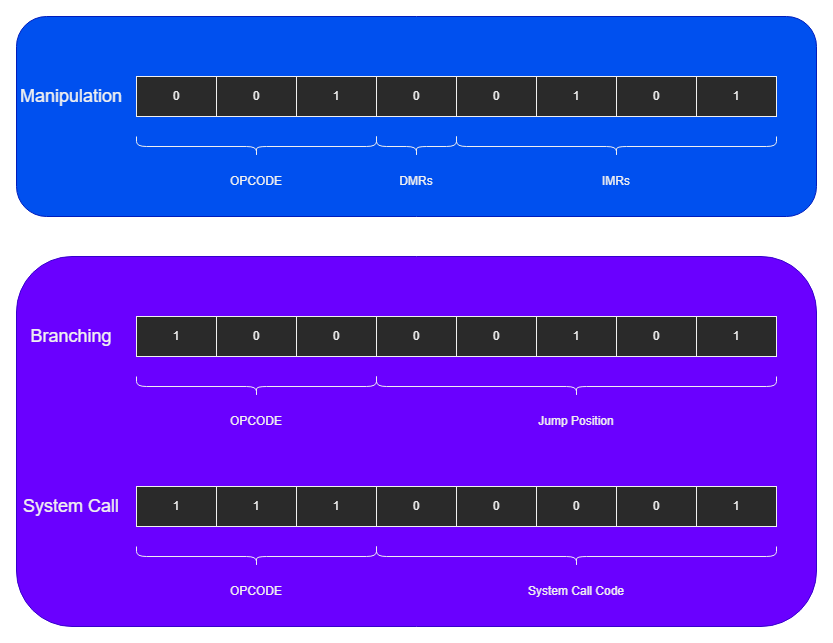
This is images/instruction_set.png from INDAPlus21/azeezd-assembly, a draw.io export, as it was before one commit. Source tidied: cells renumbered, new cells last; positions are measured from the earlier drawing's top-left corner, leaving out a move shared by most shapes. Source of this version:
```xml
<mxGraphModel>
  <root>
    <mxCell id="0" />
    <mxCell id="1" parent="0" />
    <mxCell id="2" style="rounded=1;whiteSpace=wrap;html=1;fontSize=18;fillColor=#6a00ff;strokeColor=#3700CC;fontColor=#ffffff;" parent="1" vertex="1">
      <mxGeometry y="270" width="800" height="370" as="geometry" />
    </mxCell>
    <mxCell id="3" style="rounded=1;whiteSpace=wrap;html=1;fontSize=18;fillColor=#0050ef;strokeColor=#001DBC;fontColor=#ffffff;" parent="1" vertex="1">
      <mxGeometry y="30" width="800" height="200" as="geometry" />
    </mxCell>
    <mxCell id="4" value="0" style="rounded=0;whiteSpace=wrap;html=1;" parent="1" vertex="1">
      <mxGeometry x="120" y="90" width="80" height="40" as="geometry" />
    </mxCell>
    <mxCell id="5" value="0" style="rounded=0;whiteSpace=wrap;html=1;" parent="1" vertex="1">
      <mxGeometry x="200" y="90" width="80" height="40" as="geometry" />
    </mxCell>
    <mxCell id="6" value="1" style="rounded=0;whiteSpace=wrap;html=1;" parent="1" vertex="1">
      <mxGeometry x="280" y="90" width="80" height="40" as="geometry" />
    </mxCell>
    <mxCell id="7" value="0" style="rounded=0;whiteSpace=wrap;html=1;" parent="1" vertex="1">
      <mxGeometry x="360" y="90" width="80" height="40" as="geometry" />
    </mxCell>
    <mxCell id="8" value="0" style="rounded=0;whiteSpace=wrap;html=1;" parent="1" vertex="1">
      <mxGeometry x="440" y="90" width="80" height="40" as="geometry" />
    </mxCell>
    <mxCell id="9" value="1" style="rounded=0;whiteSpace=wrap;html=1;" parent="1" vertex="1">
      <mxGeometry x="520" y="90" width="80" height="40" as="geometry" />
    </mxCell>
    <mxCell id="10" value="0" style="rounded=0;whiteSpace=wrap;html=1;" parent="1" vertex="1">
      <mxGeometry x="600" y="90" width="80" height="40" as="geometry" />
    </mxCell>
    <mxCell id="11" value="1" style="rounded=0;whiteSpace=wrap;html=1;" parent="1" vertex="1">
      <mxGeometry x="680" y="90" width="80" height="40" as="geometry" />
    </mxCell>
    <mxCell id="12" style="shape=curlyBracket;whiteSpace=wrap;html=1;rounded=1;rotation=-90;" parent="1" vertex="1">
      <mxGeometry x="230" y="40" width="20" height="240" as="geometry" />
    </mxCell>
    <mxCell id="13" style="shape=curlyBracket;whiteSpace=wrap;html=1;rounded=1;rotation=-90;" parent="1" vertex="1">
      <mxGeometry x="390" y="120" width="20" height="80" as="geometry" />
    </mxCell>
    <mxCell id="14" style="shape=curlyBracket;whiteSpace=wrap;html=1;rounded=1;rotation=-90;" parent="1" vertex="1">
      <mxGeometry x="590" width="20" height="320" as="geometry" />
    </mxCell>
    <mxCell id="15" value="OPCODE" style="text;html=1;strokeColor=none;fillColor=none;align=center;verticalAlign=middle;whiteSpace=wrap;rounded=0;" parent="1" vertex="1">
      <mxGeometry x="210" y="180" width="60" height="30" as="geometry" />
    </mxCell>
    <mxCell id="16" value="DMRs" style="text;html=1;strokeColor=none;fillColor=none;align=center;verticalAlign=middle;whiteSpace=wrap;rounded=0;" parent="1" vertex="1">
      <mxGeometry x="370" y="180" width="60" height="30" as="geometry" />
    </mxCell>
    <mxCell id="17" value="IMRs" style="text;html=1;strokeColor=none;fillColor=none;align=center;verticalAlign=middle;whiteSpace=wrap;rounded=0;" parent="1" vertex="1">
      <mxGeometry x="570" y="180" width="60" height="30" as="geometry" />
    </mxCell>
    <mxCell id="18" value="&lt;font style=&quot;font-size: 18px&quot;&gt;Manipulation&lt;/font&gt;" style="text;html=1;strokeColor=none;fillColor=none;align=center;verticalAlign=middle;whiteSpace=wrap;rounded=0;" parent="1" vertex="1">
      <mxGeometry y="80" width="110" height="60" as="geometry" />
    </mxCell>
    <mxCell id="19" value="1" style="rounded=0;whiteSpace=wrap;html=1;" parent="1" vertex="1">
      <mxGeometry x="120" y="330" width="80" height="40" as="geometry" />
    </mxCell>
    <mxCell id="20" value="0" style="rounded=0;whiteSpace=wrap;html=1;" parent="1" vertex="1">
      <mxGeometry x="200" y="330" width="80" height="40" as="geometry" />
    </mxCell>
    <mxCell id="21" value="0" style="rounded=0;whiteSpace=wrap;html=1;" parent="1" vertex="1">
      <mxGeometry x="280" y="330" width="80" height="40" as="geometry" />
    </mxCell>
    <mxCell id="22" value="0" style="rounded=0;whiteSpace=wrap;html=1;" parent="1" vertex="1">
      <mxGeometry x="360" y="330" width="80" height="40" as="geometry" />
    </mxCell>
    <mxCell id="23" value="0" style="rounded=0;whiteSpace=wrap;html=1;" parent="1" vertex="1">
      <mxGeometry x="440" y="330" width="80" height="40" as="geometry" />
    </mxCell>
    <mxCell id="24" value="1" style="rounded=0;whiteSpace=wrap;html=1;" parent="1" vertex="1">
      <mxGeometry x="520" y="330" width="80" height="40" as="geometry" />
    </mxCell>
    <mxCell id="25" value="0" style="rounded=0;whiteSpace=wrap;html=1;" parent="1" vertex="1">
      <mxGeometry x="600" y="330" width="80" height="40" as="geometry" />
    </mxCell>
    <mxCell id="26" value="1" style="rounded=0;whiteSpace=wrap;html=1;" parent="1" vertex="1">
      <mxGeometry x="680" y="330" width="80" height="40" as="geometry" />
    </mxCell>
    <mxCell id="27" style="shape=curlyBracket;whiteSpace=wrap;html=1;rounded=1;rotation=-90;" parent="1" vertex="1">
      <mxGeometry x="230" y="280" width="20" height="240" as="geometry" />
    </mxCell>
    <mxCell id="28" style="shape=curlyBracket;whiteSpace=wrap;html=1;rounded=1;rotation=-90;" parent="1" vertex="1">
      <mxGeometry x="550" y="200" width="20" height="400" as="geometry" />
    </mxCell>
    <mxCell id="29" value="OPCODE" style="text;html=1;strokeColor=none;fillColor=none;align=center;verticalAlign=middle;whiteSpace=wrap;rounded=0;" parent="1" vertex="1">
      <mxGeometry x="210" y="420" width="60" height="30" as="geometry" />
    </mxCell>
    <mxCell id="30" value="Jump Position" style="text;html=1;strokeColor=none;fillColor=none;align=center;verticalAlign=middle;whiteSpace=wrap;rounded=0;" parent="1" vertex="1">
      <mxGeometry x="500" y="420" width="120" height="30" as="geometry" />
    </mxCell>
    <mxCell id="31" value="&lt;font style=&quot;font-size: 18px&quot;&gt;Branching&lt;/font&gt;" style="text;html=1;strokeColor=none;fillColor=none;align=center;verticalAlign=middle;whiteSpace=wrap;rounded=0;" parent="1" vertex="1">
      <mxGeometry y="320" width="110" height="60" as="geometry" />
    </mxCell>
    <mxCell id="32" value="1" style="rounded=0;whiteSpace=wrap;html=1;" parent="1" vertex="1">
      <mxGeometry x="120" y="500" width="80" height="40" as="geometry" />
    </mxCell>
    <mxCell id="33" value="1" style="rounded=0;whiteSpace=wrap;html=1;" parent="1" vertex="1">
      <mxGeometry x="200" y="500" width="80" height="40" as="geometry" />
    </mxCell>
    <mxCell id="34" value="1" style="rounded=0;whiteSpace=wrap;html=1;" parent="1" vertex="1">
      <mxGeometry x="280" y="500" width="80" height="40" as="geometry" />
    </mxCell>
    <mxCell id="35" value="0" style="rounded=0;whiteSpace=wrap;html=1;" parent="1" vertex="1">
      <mxGeometry x="360" y="500" width="80" height="40" as="geometry" />
    </mxCell>
    <mxCell id="36" value="0" style="rounded=0;whiteSpace=wrap;html=1;" parent="1" vertex="1">
      <mxGeometry x="440" y="500" width="80" height="40" as="geometry" />
    </mxCell>
    <mxCell id="37" value="0" style="rounded=0;whiteSpace=wrap;html=1;" parent="1" vertex="1">
      <mxGeometry x="520" y="500" width="80" height="40" as="geometry" />
    </mxCell>
    <mxCell id="38" value="0" style="rounded=0;whiteSpace=wrap;html=1;" parent="1" vertex="1">
      <mxGeometry x="600" y="500" width="80" height="40" as="geometry" />
    </mxCell>
    <mxCell id="39" value="1" style="rounded=0;whiteSpace=wrap;html=1;" parent="1" vertex="1">
      <mxGeometry x="680" y="500" width="80" height="40" as="geometry" />
    </mxCell>
    <mxCell id="40" style="shape=curlyBracket;whiteSpace=wrap;html=1;rounded=1;rotation=-90;" parent="1" vertex="1">
      <mxGeometry x="230" y="450" width="20" height="240" as="geometry" />
    </mxCell>
    <mxCell id="41" style="shape=curlyBracket;whiteSpace=wrap;html=1;rounded=1;rotation=-90;" parent="1" vertex="1">
      <mxGeometry x="550" y="370" width="20" height="400" as="geometry" />
    </mxCell>
    <mxCell id="42" value="OPCODE" style="text;html=1;strokeColor=none;fillColor=none;align=center;verticalAlign=middle;whiteSpace=wrap;rounded=0;" parent="1" vertex="1">
      <mxGeometry x="210" y="590" width="60" height="30" as="geometry" />
    </mxCell>
    <mxCell id="43" value="System Call Code" style="text;html=1;strokeColor=none;fillColor=none;align=center;verticalAlign=middle;whiteSpace=wrap;rounded=0;" parent="1" vertex="1">
      <mxGeometry x="500" y="590" width="120" height="30" as="geometry" />
    </mxCell>
    <mxCell id="44" value="&lt;font style=&quot;font-size: 18px&quot;&gt;System Call&lt;/font&gt;" style="text;html=1;strokeColor=none;fillColor=none;align=center;verticalAlign=middle;whiteSpace=wrap;rounded=0;" parent="1" vertex="1">
      <mxGeometry y="490" width="110" height="60" as="geometry" />
    </mxCell>
  </root>
</mxGraphModel>
```
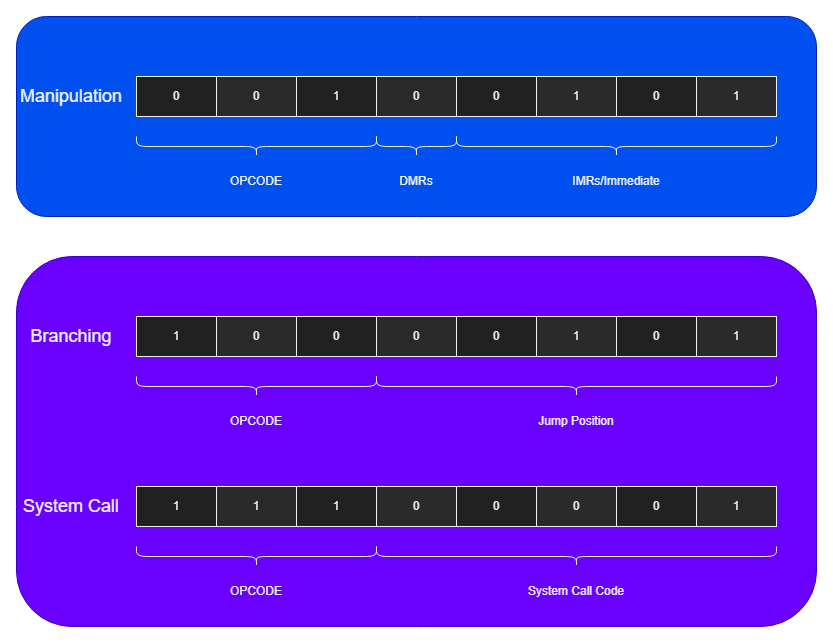
After the commit.

Commit message:
Add more comments & fix instruction image

Change to the diagram source:
```diff
@@ -8,25 +8,25 @@
     <mxCell id="3" style="rounded=1;whiteSpace=wrap;html=1;fontSize=18;fillColor=#0050ef;strokeColor=#001DBC;fontColor=#ffffff;" parent="1" vertex="1">
       <mxGeometry y="30" width="800" height="200" as="geometry" />
     </mxCell>
-    <mxCell id="4" value="0" style="rounded=0;whiteSpace=wrap;html=1;" parent="1" vertex="1">
+    <mxCell id="4" value="0" style="rounded=0;whiteSpace=wrap;html=1;fillColor=#212121;" parent="1" vertex="1">
       <mxGeometry x="120" y="90" width="80" height="40" as="geometry" />
     </mxCell>
     <mxCell id="5" value="0" style="rounded=0;whiteSpace=wrap;html=1;" parent="1" vertex="1">
       <mxGeometry x="200" y="90" width="80" height="40" as="geometry" />
     </mxCell>
-    <mxCell id="6" value="1" style="rounded=0;whiteSpace=wrap;html=1;" parent="1" vertex="1">
+    <mxCell id="6" value="1" style="rounded=0;whiteSpace=wrap;html=1;fillColor=#212121;" parent="1" vertex="1">
       <mxGeometry x="280" y="90" width="80" height="40" as="geometry" />
     </mxCell>
     <mxCell id="7" value="0" style="rounded=0;whiteSpace=wrap;html=1;" parent="1" vertex="1">
       <mxGeometry x="360" y="90" width="80" height="40" as="geometry" />
     </mxCell>
-    <mxCell id="8" value="0" style="rounded=0;whiteSpace=wrap;html=1;" parent="1" vertex="1">
+    <mxCell id="8" value="0" style="rounded=0;whiteSpace=wrap;html=1;fillColor=#212121;" parent="1" vertex="1">
       <mxGeometry x="440" y="90" width="80" height="40" as="geometry" />
     </mxCell>
     <mxCell id="9" value="1" style="rounded=0;whiteSpace=wrap;html=1;" parent="1" vertex="1">
       <mxGeometry x="520" y="90" width="80" height="40" as="geometry" />
     </mxCell>
-    <mxCell id="10" value="0" style="rounded=0;whiteSpace=wrap;html=1;" parent="1" vertex="1">
+    <mxCell id="10" value="0" style="rounded=0;whiteSpace=wrap;html=1;fillColor=#212121;" parent="1" vertex="1">
       <mxGeometry x="600" y="90" width="80" height="40" as="geometry" />
     </mxCell>
     <mxCell id="11" value="1" style="rounded=0;whiteSpace=wrap;html=1;" parent="1" vertex="1">
@@ -47,31 +47,31 @@
     <mxCell id="16" value="DMRs" style="text;html=1;strokeColor=none;fillColor=none;align=center;verticalAlign=middle;whiteSpace=wrap;rounded=0;" parent="1" vertex="1">
       <mxGeometry x="370" y="180" width="60" height="30" as="geometry" />
     </mxCell>
-    <mxCell id="17" value="IMRs" style="text;html=1;strokeColor=none;fillColor=none;align=center;verticalAlign=middle;whiteSpace=wrap;rounded=0;" parent="1" vertex="1">
-      <mxGeometry x="570" y="180" width="60" height="30" as="geometry" />
+    <mxCell id="17" value="IMRs/Immediate" style="text;html=1;strokeColor=none;fillColor=none;align=center;verticalAlign=middle;whiteSpace=wrap;rounded=0;" parent="1" vertex="1">
+      <mxGeometry x="520" y="180" width="160" height="30" as="geometry" />
     </mxCell>
     <mxCell id="18" value="&lt;font style=&quot;font-size: 18px&quot;&gt;Manipulation&lt;/font&gt;" style="text;html=1;strokeColor=none;fillColor=none;align=center;verticalAlign=middle;whiteSpace=wrap;rounded=0;" parent="1" vertex="1">
       <mxGeometry y="80" width="110" height="60" as="geometry" />
     </mxCell>
-    <mxCell id="19" value="1" style="rounded=0;whiteSpace=wrap;html=1;" parent="1" vertex="1">
+    <mxCell id="19" value="1" style="rounded=0;whiteSpace=wrap;html=1;fillColor=#212121;" parent="1" vertex="1">
       <mxGeometry x="120" y="330" width="80" height="40" as="geometry" />
     </mxCell>
     <mxCell id="20" value="0" style="rounded=0;whiteSpace=wrap;html=1;" parent="1" vertex="1">
       <mxGeometry x="200" y="330" width="80" height="40" as="geometry" />
     </mxCell>
-    <mxCell id="21" value="0" style="rounded=0;whiteSpace=wrap;html=1;" parent="1" vertex="1">
+    <mxCell id="21" value="0" style="rounded=0;whiteSpace=wrap;html=1;fillColor=#212121;" parent="1" vertex="1">
       <mxGeometry x="280" y="330" width="80" height="40" as="geometry" />
     </mxCell>
     <mxCell id="22" value="0" style="rounded=0;whiteSpace=wrap;html=1;" parent="1" vertex="1">
       <mxGeometry x="360" y="330" width="80" height="40" as="geometry" />
     </mxCell>
-    <mxCell id="23" value="0" style="rounded=0;whiteSpace=wrap;html=1;" parent="1" vertex="1">
+    <mxCell id="23" value="0" style="rounded=0;whiteSpace=wrap;html=1;fillColor=#212121;" parent="1" vertex="1">
       <mxGeometry x="440" y="330" width="80" height="40" as="geometry" />
     </mxCell>
     <mxCell id="24" value="1" style="rounded=0;whiteSpace=wrap;html=1;" parent="1" vertex="1">
       <mxGeometry x="520" y="330" width="80" height="40" as="geometry" />
     </mxCell>
-    <mxCell id="25" value="0" style="rounded=0;whiteSpace=wrap;html=1;" parent="1" vertex="1">
+    <mxCell id="25" value="0" style="rounded=0;whiteSpace=wrap;html=1;fillColor=#212121;" parent="1" vertex="1">
       <mxGeometry x="600" y="330" width="80" height="40" as="geometry" />
     </mxCell>
     <mxCell id="26" value="1" style="rounded=0;whiteSpace=wrap;html=1;" parent="1" vertex="1">
@@ -92,25 +92,25 @@
     <mxCell id="31" value="&lt;font style=&quot;font-size: 18px&quot;&gt;Branching&lt;/font&gt;" style="text;html=1;strokeColor=none;fillColor=none;align=center;verticalAlign=middle;whiteSpace=wrap;rounded=0;" parent="1" vertex="1">
       <mxGeometry y="320" width="110" height="60" as="geometry" />
     </mxCell>
-    <mxCell id="32" value="1" style="rounded=0;whiteSpace=wrap;html=1;" parent="1" vertex="1">
+    <mxCell id="32" value="1" style="rounded=0;whiteSpace=wrap;html=1;fillColor=#212121;" parent="1" vertex="1">
       <mxGeometry x="120" y="500" width="80" height="40" as="geometry" />
     </mxCell>
     <mxCell id="33" value="1" style="rounded=0;whiteSpace=wrap;html=1;" parent="1" vertex="1">
       <mxGeometry x="200" y="500" width="80" height="40" as="geometry" />
     </mxCell>
-    <mxCell id="34" value="1" style="rounded=0;whiteSpace=wrap;html=1;" parent="1" vertex="1">
+    <mxCell id="34" value="1" style="rounded=0;whiteSpace=wrap;html=1;fillColor=#212121;" parent="1" vertex="1">
       <mxGeometry x="280" y="500" width="80" height="40" as="geometry" />
     </mxCell>
     <mxCell id="35" value="0" style="rounded=0;whiteSpace=wrap;html=1;" parent="1" vertex="1">
       <mxGeometry x="360" y="500" width="80" height="40" as="geometry" />
     </mxCell>
-    <mxCell id="36" value="0" style="rounded=0;whiteSpace=wrap;html=1;" parent="1" vertex="1">
+    <mxCell id="36" value="0" style="rounded=0;whiteSpace=wrap;html=1;fillColor=#212121;" parent="1" vertex="1">
       <mxGeometry x="440" y="500" width="80" height="40" as="geometry" />
     </mxCell>
     <mxCell id="37" value="0" style="rounded=0;whiteSpace=wrap;html=1;" parent="1" vertex="1">
       <mxGeometry x="520" y="500" width="80" height="40" as="geometry" />
     </mxCell>
-    <mxCell id="38" value="0" style="rounded=0;whiteSpace=wrap;html=1;" parent="1" vertex="1">
+    <mxCell id="38" value="0" style="rounded=0;whiteSpace=wrap;html=1;fillColor=#212121;" parent="1" vertex="1">
       <mxGeometry x="600" y="500" width="80" height="40" as="geometry" />
     </mxCell>
     <mxCell id="39" value="1" style="rounded=0;whiteSpace=wrap;html=1;" parent="1" vertex="1">
```
